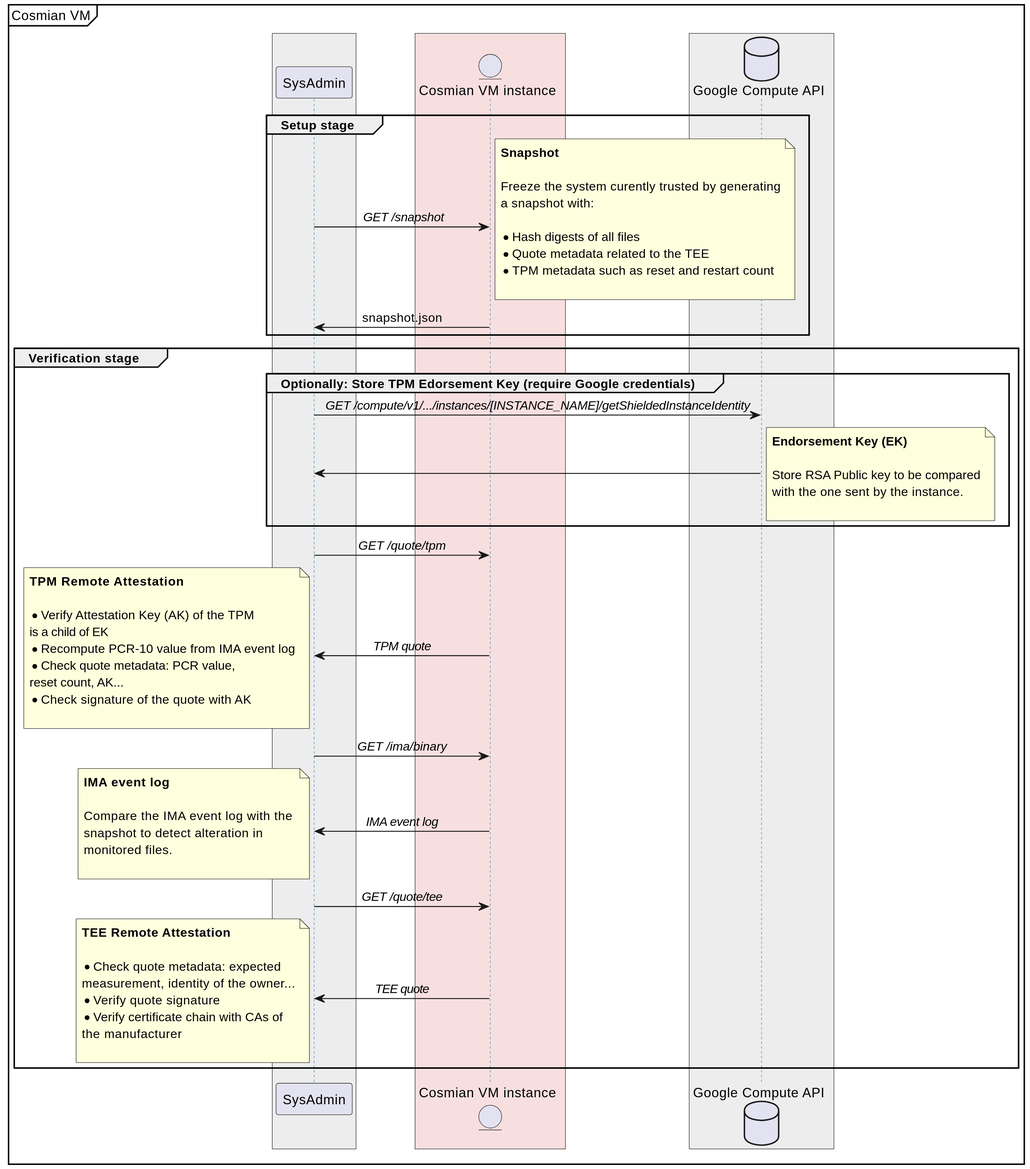
This is documentation/docs/images/confidential_vm_verification_flow.svg from Cosmian/cosmian_vm, a PlantUML export, as it was before one commit. Source of this version:
```plantuml
@startuml cosmian_vm_sec
scale 2

skinparam actorStyle awesome



mainframe Cosmian VM

box #ededed
    participant "SysAdmin" as client
end box

box #f8dfdf
    entity "Cosmian VM instance" as server
end box

box #ededed
    Database "Google Compute API" as google
end box

group Setup stage
client -> server: // GET /snapshot//
note right
**Snapshot**

Freeze the system curently trusted by generating
a snapshot with:

* Hash digests of all files
* Quote metadata related to the TEE
* TPM metadata such as reset and restart count

end note
server -> client : snapshot.json
end

group Verification stage

group Optionally: Store TPM Edorsement Key (require Google credentials)
client -> google : //GET /compute/v1/.../instances/[INSTANCE_NAME]/getShieldedInstanceIdentity//
google -> client :
note right
**Endorsement Key (EK)**

Store RSA Public key to be compared
with the one sent by the instance.

end note
end

client -> server : //GET /quote/tpm//
server -> client : //TPM quote//
note left
**TPM Remote Attestation**

* Verify Attestation Key (AK) of the TPM
is a child of EK
* Recompute PCR-10 value from IMA event log
* Check quote metadata: PCR value,
reset count, AK...
* Check signature of the quote with AK

end note

client -> server : //GET /ima/binary//
server -> client : //IMA event log//
note left
**IMA event log**

Compare the IMA  event log with the
snapshot to detect alteration in
monitored files.

end note

client -> server : //GET /quote/tee//
server -> client://TEE quote//
note left
**TEE Remote Attestation**

* Check quote metadata: expected
measurement, identity of the owner...
* Verify quote signature
* Verify certificate chain with CAs of
the manufacturer

end note

end

skinparam backgroundColor white
skinparam SequenceMessageAlign center
skinparam BoxPadding 30

skinparam note {
    BackgroundColor #F1FFFF
    BorderColor #2980B9
}

skinparam activity {
    BackgroundColor #BDE3FF
    ArrowColor #2980B9
    BorderColor #2980B9
    StartColor #227BC6
    EndColor #227BC6
    BarColor #227BC6
}

skinparam sequence {
    ArrowColor  #2980B9
    DividerBackgroundColor  #BDE3FF
    LifeLineBackgroundColor white
    LifeLineBorderColor #2980B9
    ParticipantBackgroundColor  #BDE3FF
    ParticipantBorderColor  #2980B9
    CollectionsBackgroundColor  #BDE3FF
    CollectionsBorderColor  #2980B9
    BoxLineColor    #2980B9
    BoxBackgroundColor  #DDDDDD
}

skinparam CollectionsBackgroundColor #BDE3FF
skinparam CollectionsBorderColor #2980B9

skinparam actorBackgroundColor #FEFECE
skinparam actorBorderColor    #A80036

skinparam usecaseArrowColor   #A80036
skinparam usecaseBackgroundColor  #FEFECE
skinparam usecaseBorderColor  #A80036

skinparam classArrowColor #A80036
skinparam classBackgroundColor    #FEFECE
skinparam classBorderColor    #A80036

skinparam objectArrowColor    #A80036
skinparam objectBackgroundColor   #FEFECE
skinparam objectBorderColor   #A80036

skinparam packageBackgroundColor  #FEFECE
skinparam packageBorderColor  #A80036

skinparam stereotypeCBackgroundColor  #ADD1B2
skinparam stereotypeABackgroundColor  #A9DCDF
skinparam stereotypeIBackgroundColor  #B4A7E5
skinparam stereotypeEBackgroundColor  #EB937F

skinparam componentArrowColor #A80036
skinparam componentBackgroundColor    #FEFECE
skinparam componentBorderColor    #A80036
skinparam componentInterfaceBackgroundColor   #FEFECE
skinparam componentInterfaceBorderColor   #A80036

skinparam stateBackgroundColor #BDE3FF
skinparam stateBorderColor #2980B9
skinparam stateArrowColor #2980B9
skinparam stateStartColor black
skinparam stateEndColor   black

skinparam titleBorderRoundCorner 15
skinparam titleBorderThickness 1
skinparam titleBorderColor black

@enduml
```
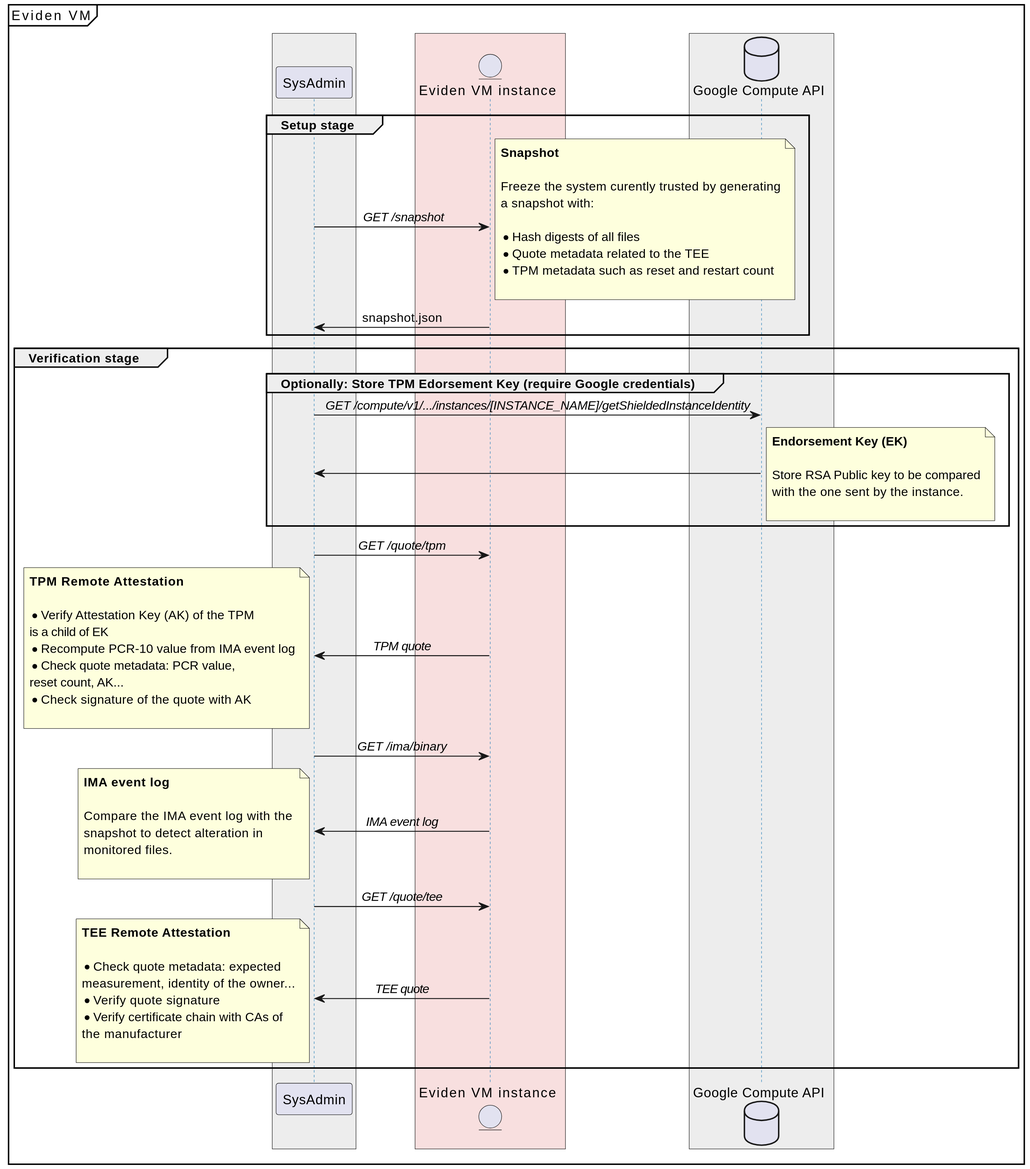
Later version of the same file.

What changed in the source:
```diff
@@ -5,14 +5,14 @@
 
 
 
-mainframe Cosmian VM
+mainframe Eviden VM
 
 box #ededed
     participant "SysAdmin" as client
 end box
 
 box #f8dfdf
-    entity "Cosmian VM instance" as server
+    entity "Eviden VM instance" as server
 end box
 
 box #ededed
```
